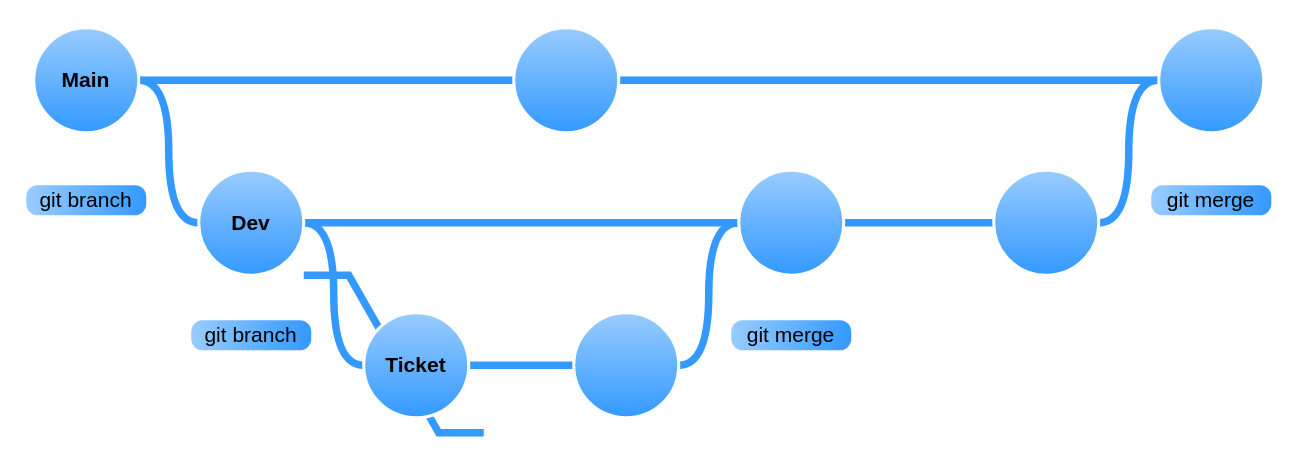
This is page "Branch-Structure" (6 of 6) of docs/ISS-PCB.drawio from ISSUIUC/ISS-PCB, a draw.io file, before an edit. Source tidied: cells renumbered, new cells numbered last; positions are measured from the earlier drawing's top-left corner, leaving out a move shared by most shapes. Both pictures are drawn from the tidied source at 150%, with x=0, y=0 at pixel (26, 27).
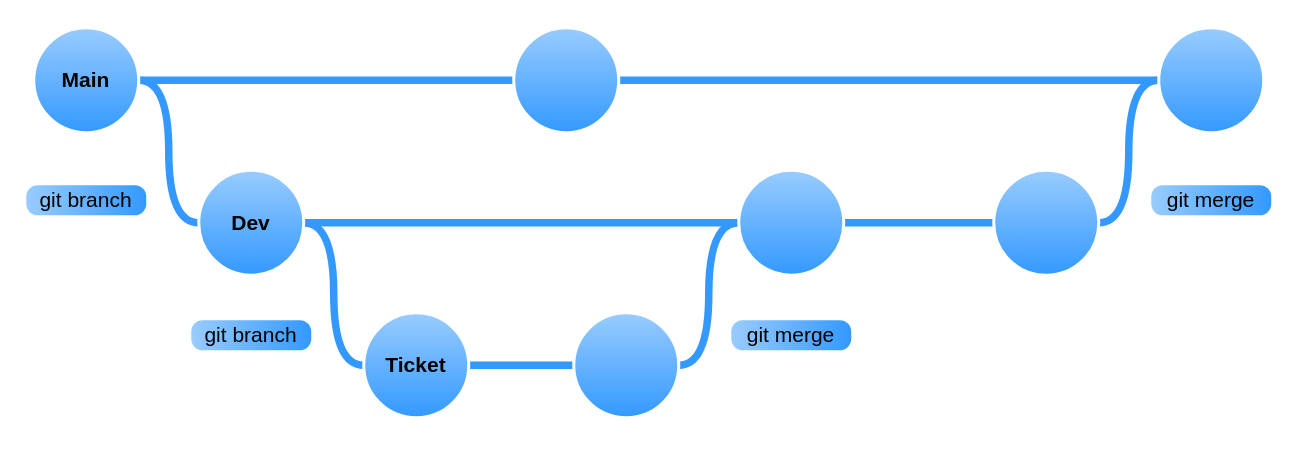
Above is the later version.

The edit, as a diff of the source:
```diff
@@
-    <mxCell id="3" style="endArrow=none;html=1;rounded=0;fontSize=20;strokeColor=#3399FF;endFill=0;strokeWidth=5;entryX=0;entryY=0.5;entryDx=0;entryDy=0;exitX=1;exitY=0.5;exitDx=0;exitDy=0;edgeStyle=entityRelationEdgeStyle;elbow=vertical;" parent="2" edge="1">
-      <mxGeometry relative="1" as="geometry">
-        <mxPoint x="185" y="165" as="sourcePoint" />
-        <mxPoint x="305" y="270" as="targetPoint" />
-      </mxGeometry>
-    </mxCell>
```
